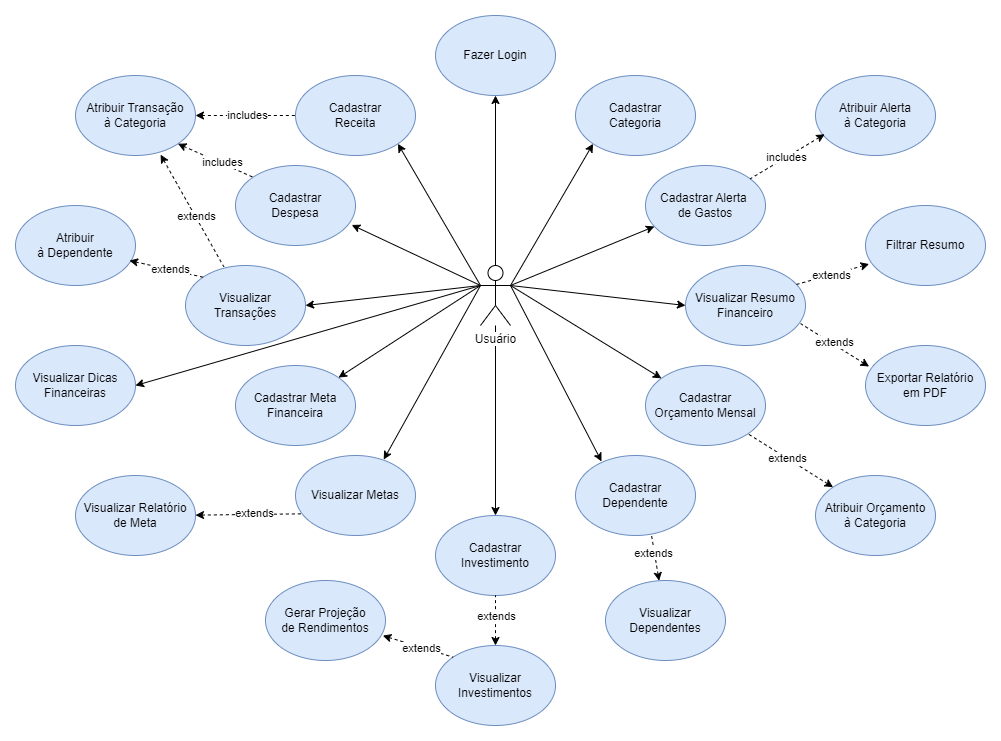
Above: docs/UseCases.drawio.png in rafael-lacerda/my-finance (draw.io), before the change. Source tidied: cells renumbered, new cells last; positions are measured from the earlier drawing's top-left corner, leaving out a move shared by most shapes.
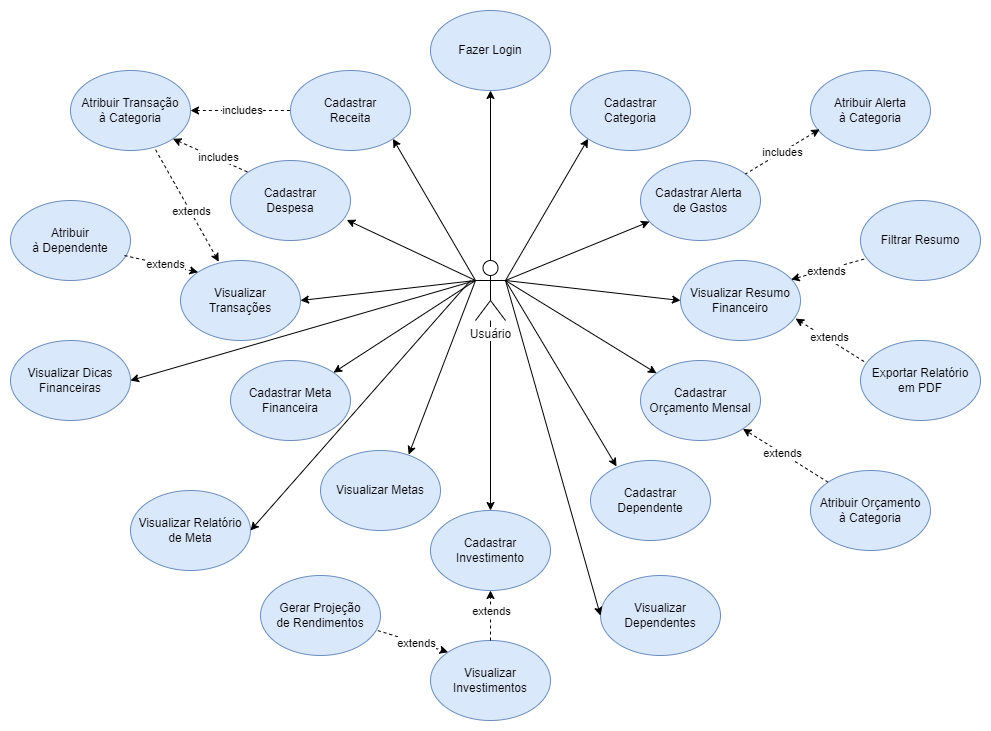
After the change.

Change to the diagram source:
```diff
@@ -30,7 +30,7 @@
       <mxGeometry x="220" y="350" width="120" height="80" as="geometry" />
     </mxCell>
     <mxCell id="11" value="Cadastrar Dependente" style="ellipse;whiteSpace=wrap;html=1;fillColor=#dae8fc;strokeColor=#6c8ebf;" parent="1" vertex="1">
-      <mxGeometry x="560" y="440" width="120" height="80" as="geometry" />
+      <mxGeometry x="580" y="450" width="120" height="80" as="geometry" />
     </mxCell>
     <mxCell id="12" value="Atribuir Transação&lt;br&gt;à Categoria" style="ellipse;whiteSpace=wrap;html=1;fillColor=#dae8fc;strokeColor=#6c8ebf;" parent="1" vertex="1">
       <mxGeometry x="60" y="60" width="120" height="80" as="geometry" />
@@ -63,10 +63,10 @@
       <mxGeometry x="630" y="350" width="120" height="80" as="geometry" />
     </mxCell>
     <mxCell id="22" value="Visualizar Metas" style="ellipse;whiteSpace=wrap;html=1;fillColor=#dae8fc;strokeColor=#6c8ebf;" parent="1" vertex="1">
-      <mxGeometry x="280" y="440" width="120" height="80" as="geometry" />
+      <mxGeometry x="310" y="440" width="120" height="80" as="geometry" />
     </mxCell>
     <mxCell id="23" value="Visualizar Relatório&lt;br&gt;de Meta" style="ellipse;whiteSpace=wrap;html=1;fillColor=#dae8fc;strokeColor=#6c8ebf;" parent="1" vertex="1">
-      <mxGeometry x="60" y="460" width="120" height="80" as="geometry" />
+      <mxGeometry x="120" y="480" width="120" height="80" as="geometry" />
     </mxCell>
     <mxCell id="24" value="Cadastrar Investimento" style="ellipse;whiteSpace=wrap;html=1;fillColor=#dae8fc;strokeColor=#6c8ebf;" parent="1" vertex="1">
       <mxGeometry x="420" y="500" width="120" height="80" as="geometry" />
@@ -110,7 +110,7 @@
     <mxCell id="37" style="endArrow=classic;html=1;rounded=0;exitX=1;exitY=0.3333333333333333;exitDx=0;exitDy=0;exitPerimeter=0;entryX=0;entryY=1;entryDx=0;entryDy=0;" parent="1" edge="1" source="4" target="13">
       <mxGeometry relative="1" as="geometry" />
     </mxCell>
-    <mxCell id="38" style="endArrow=none;dashed=1;html=1;rounded=0;startArrow=classic;startFill=1;entryX=0;entryY=0;entryDx=0;entryDy=0;exitX=0.978;exitY=0.689;exitDx=0;exitDy=0;exitPerimeter=0;" parent="1" edge="1" source="26" target="25">
+    <mxCell id="38" style="endArrow=classic;dashed=1;html=1;rounded=0;startArrow=none;startFill=0;entryX=0;entryY=0;entryDx=0;entryDy=0;exitX=0.978;exitY=0.689;exitDx=0;exitDy=0;exitPerimeter=0;endFill=1;" parent="1" edge="1" source="26" target="25">
       <mxGeometry relative="1" as="geometry" />
     </mxCell>
     <mxCell id="39" value="extends" style="edgeLabel;html=1;align=center;verticalAlign=middle;" parent="38" vertex="1">
@@ -118,7 +118,7 @@
         <mxPoint x="-11" y="-6" as="offset" />
       </mxGeometry>
     </mxCell>
-    <mxCell id="40" style="endArrow=none;dashed=1;html=1;rounded=0;startArrow=classic;startFill=1;entryX=0.5;entryY=1;entryDx=0;entryDy=0;" parent="1" edge="1" source="25" target="24">
+    <mxCell id="40" style="endArrow=classic;dashed=1;html=1;rounded=0;startArrow=none;startFill=0;entryX=0.5;entryY=1;entryDx=0;entryDy=0;endFill=1;" parent="1" edge="1" source="25" target="24">
       <mxGeometry relative="1" as="geometry" />
     </mxCell>
     <mxCell id="41" value="extends" style="edgeLabel;html=1;align=center;verticalAlign=middle;" parent="40" vertex="1">
@@ -126,23 +126,7 @@
         <mxPoint x="1" y="8" as="offset" />
       </mxGeometry>
     </mxCell>
-    <mxCell id="42" style="endArrow=none;dashed=1;html=1;rounded=0;startArrow=classic;startFill=1;entryX=0.631;entryY=0.974;entryDx=0;entryDy=0;entryPerimeter=0;" parent="1" edge="1" source="27" target="11">
-      <mxGeometry relative="1" as="geometry" />
-    </mxCell>
-    <mxCell id="43" value="extends" style="edgeLabel;html=1;align=center;verticalAlign=middle;" parent="42" vertex="1">
-      <mxGeometry x="0.51" y="1" relative="1" as="geometry">
-        <mxPoint x="1" y="8" as="offset" />
-      </mxGeometry>
-    </mxCell>
-    <mxCell id="44" style="endArrow=none;dashed=1;html=1;rounded=0;startArrow=classic;startFill=1;entryX=0.069;entryY=0.729;entryDx=0;entryDy=0;entryPerimeter=0;" parent="1" edge="1" source="23" target="22">
-      <mxGeometry relative="1" as="geometry" />
-    </mxCell>
-    <mxCell id="45" value="extends" style="edgeLabel;html=1;align=center;verticalAlign=middle;" parent="44" vertex="1">
-      <mxGeometry x="0.51" y="1" relative="1" as="geometry">
-        <mxPoint x="-23" as="offset" />
-      </mxGeometry>
-    </mxCell>
-    <mxCell id="46" style="endArrow=none;dashed=1;html=1;rounded=0;startArrow=classic;startFill=1;entryX=0.319;entryY=0.015;entryDx=0;entryDy=0;exitX=0.709;exitY=0.99;exitDx=0;exitDy=0;exitPerimeter=0;entryPerimeter=0;" parent="1" edge="1" source="12" target="6">
+    <mxCell id="46" style="endArrow=classic;dashed=1;html=1;rounded=0;startArrow=none;startFill=0;entryX=0.319;entryY=0.015;entryDx=0;entryDy=0;exitX=0.709;exitY=0.99;exitDx=0;exitDy=0;exitPerimeter=0;entryPerimeter=0;endFill=1;" parent="1" edge="1" source="12" target="6">
       <mxGeometry relative="1" as="geometry" />
     </mxCell>
     <mxCell id="47" value="extends" style="edgeLabel;html=1;align=center;verticalAlign=middle;" parent="46" vertex="1">
@@ -158,7 +142,7 @@
         <mxPoint x="17" y="-12" as="offset" />
       </mxGeometry>
     </mxCell>
-    <mxCell id="50" style="endArrow=none;dashed=1;html=1;rounded=0;startArrow=classic;startFill=1;entryX=0;entryY=0;entryDx=0;entryDy=0;exitX=0.95;exitY=0.688;exitDx=0;exitDy=0;exitPerimeter=0;" parent="1" edge="1" source="18" target="6">
+    <mxCell id="50" style="endArrow=classic;dashed=1;html=1;rounded=0;startArrow=none;startFill=0;entryX=0;entryY=0;entryDx=0;entryDy=0;exitX=0.95;exitY=0.688;exitDx=0;exitDy=0;exitPerimeter=0;endFill=1;" parent="1" edge="1" source="18" target="6">
       <mxGeometry relative="1" as="geometry" />
     </mxCell>
     <mxCell id="51" value="extends" style="edgeLabel;html=1;align=center;verticalAlign=middle;" parent="50" vertex="1">
@@ -166,7 +150,7 @@
         <mxPoint x="-15" y="-3" as="offset" />
       </mxGeometry>
     </mxCell>
-    <mxCell id="52" style="endArrow=none;dashed=1;html=1;rounded=0;startArrow=classic;startFill=1;entryX=0.922;entryY=0.238;entryDx=0;entryDy=0;exitX=0.03;exitY=0.732;exitDx=0;exitDy=0;exitPerimeter=0;entryPerimeter=0;" parent="1" edge="1" source="17" target="15">
+    <mxCell id="52" style="endArrow=classic;dashed=1;html=1;rounded=0;startArrow=none;startFill=0;entryX=0.922;entryY=0.238;entryDx=0;entryDy=0;exitX=0.03;exitY=0.732;exitDx=0;exitDy=0;exitPerimeter=0;entryPerimeter=0;endFill=1;" parent="1" edge="1" source="17" target="15">
       <mxGeometry relative="1" as="geometry" />
     </mxCell>
     <mxCell id="53" value="extends" style="edgeLabel;html=1;align=center;verticalAlign=middle;" parent="52" vertex="1">
@@ -174,7 +158,7 @@
         <mxPoint x="17" y="-5" as="offset" />
       </mxGeometry>
     </mxCell>
-    <mxCell id="54" style="endArrow=none;dashed=1;html=1;rounded=0;startArrow=classic;startFill=1;entryX=0.959;entryY=0.726;entryDx=0;entryDy=0;exitX=0.03;exitY=0.263;exitDx=0;exitDy=0;exitPerimeter=0;entryPerimeter=0;" parent="1" edge="1" source="16" target="15">
+    <mxCell id="54" style="endArrow=classic;dashed=1;html=1;rounded=0;startArrow=none;startFill=0;entryX=0.959;entryY=0.726;entryDx=0;entryDy=0;exitX=0.03;exitY=0.263;exitDx=0;exitDy=0;exitPerimeter=0;entryPerimeter=0;endFill=1;" parent="1" edge="1" source="16" target="15">
       <mxGeometry relative="1" as="geometry" />
     </mxCell>
     <mxCell id="55" value="extends" style="edgeLabel;html=1;align=center;verticalAlign=middle;" parent="54" vertex="1">
@@ -182,7 +166,7 @@
         <mxPoint x="17" y="7" as="offset" />
       </mxGeometry>
     </mxCell>
-    <mxCell id="56" style="endArrow=none;dashed=1;html=1;rounded=0;startArrow=classic;startFill=1;entryX=1;entryY=1;entryDx=0;entryDy=0;exitX=0;exitY=0;exitDx=0;exitDy=0;" parent="1" edge="1" source="20" target="21">
+    <mxCell id="56" style="endArrow=classic;dashed=1;html=1;rounded=0;startArrow=none;startFill=0;entryX=1;entryY=1;entryDx=0;entryDy=0;exitX=0;exitY=0;exitDx=0;exitDy=0;endFill=1;" parent="1" edge="1" source="20" target="21">
       <mxGeometry relative="1" as="geometry" />
     </mxCell>
     <mxCell id="57" value="extends" style="edgeLabel;html=1;align=center;verticalAlign=middle;" parent="56" vertex="1">
@@ -209,5 +193,13 @@
         <mxPoint x="-24" as="offset" />
       </mxGeometry>
     </mxCell>
+    <mxCell id="63" style="endArrow=classic;html=1;rounded=0;entryX=1;entryY=0.5;entryDx=0;entryDy=0;" parent="1" edge="1" target="23">
+      <mxGeometry relative="1" as="geometry">
+        <mxPoint x="460" y="270" as="sourcePoint" />
+      </mxGeometry>
+    </mxCell>
+    <mxCell id="64" style="endArrow=classic;html=1;rounded=0;exitX=1;exitY=0.3333333333333333;exitDx=0;exitDy=0;exitPerimeter=0;entryX=0;entryY=0.5;entryDx=0;entryDy=0;" parent="1" edge="1" source="4" target="27">
+      <mxGeometry relative="1" as="geometry" />
+    </mxCell>
   </root>
 </mxGraphModel>
```
